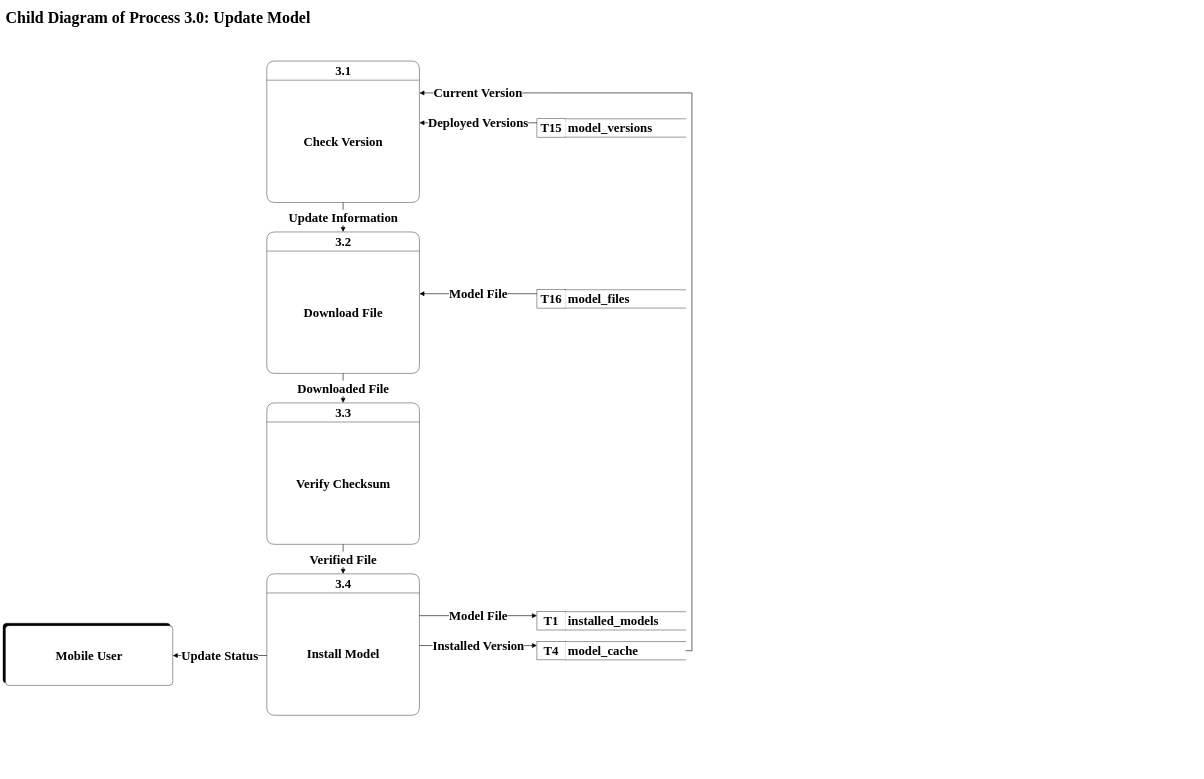
Above: page "3.0 Update Model" (6 of 12) of docs-internal/diagrams/dfd/dataflow.drawio in weimodein/sigla (draw.io), before the change. Source tidied: cells renumbered, new cells numbered last; positions are measured from the earlier drawing's top-left corner, leaving out a move shared by most shapes. Both pictures are drawn from the tidied source at 17%, with x=0, y=0 at pixel (3, 5).
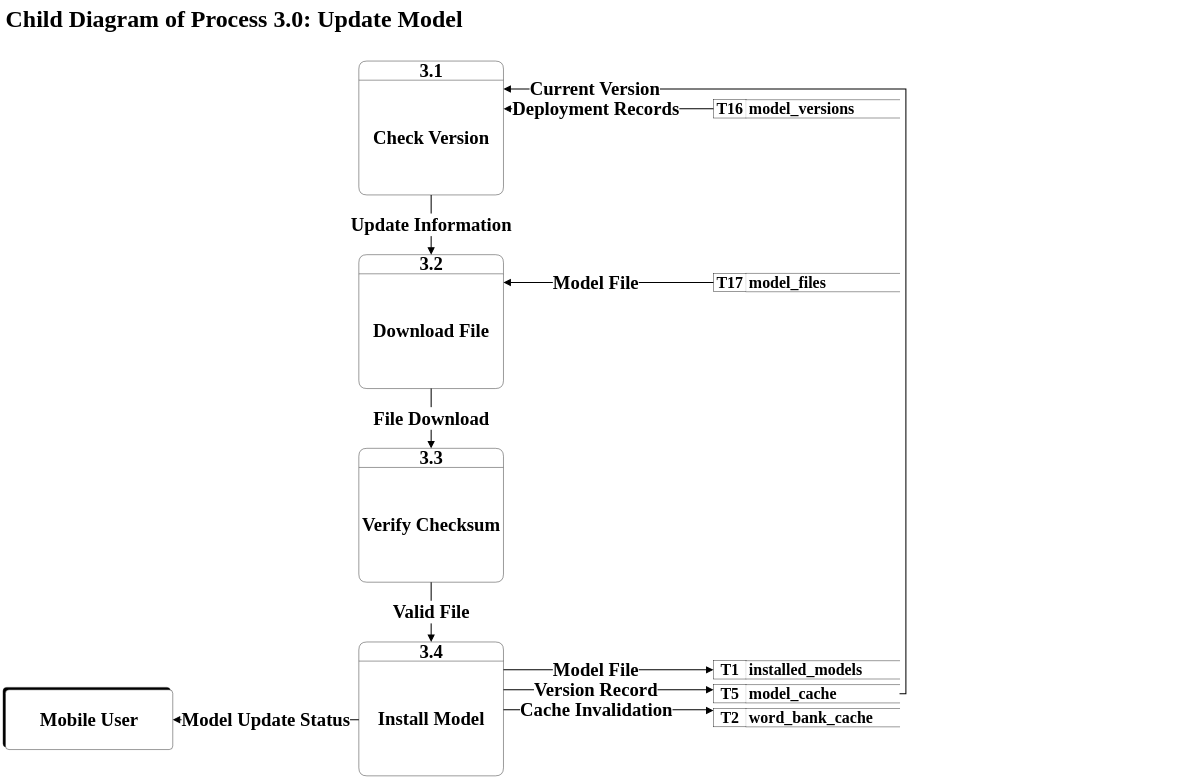
Above is the later version.

The edit, as a diff of the source:
```diff
@@
-    <mxCell id="2" value="Child Diagram of Process 3.0: Update Model" style="text;html=1;align=left;verticalAlign=middle;fontSize=93.75;fontStyle=1;fontFamily=Times New Roman;" parent="1" vertex="1">
-      <mxGeometry x="14.4" y="0.4" width="4687.5" height="140.6" as="geometry" />
+    <mxCell id="2" value="Child Diagram of Process 3.0: Update Model" style="text;html=1;align=left;verticalAlign=middle;fontSize=140.62;fontStyle=1;fontFamily=Times New Roman;" parent="1" vertex="1">
+      <mxGeometry x="14.4" y="-13.6" width="7031.2" height="187.5" as="geometry" />
     </mxCell>
-    <mxCell id="3" value="&lt;b&gt;3.1&lt;/b&gt;" style="swimlane;rounded=1;arcSize=14;startSize=112.50;html=1;fillColor=#ffffff;swimlaneFillColor=#ffffff;strokeColor=#000000;fontSize=75;fontFamily=Times New Roman;strokeWidth=2.34;" parent="1" vertex="1">
-      <mxGeometry x="1551.9" y="328.6" width="897.7" height="832" as="geometry" />
+    <mxCell id="3" value="&lt;b&gt;3.1&lt;/b&gt;" style="swimlane;rounded=1;arcSize=14;startSize=112.50;html=1;fillColor=#ffffff;swimlaneFillColor=#ffffff;strokeColor=#000000;fontSize=110.16;fontFamily=Times New Roman;strokeWidth=2.34;" parent="1" vertex="1">
+      <mxGeometry x="2093.3" y="328.6" width="850.8" height="787.5" as="geometry" />
     </mxCell>
-    <mxCell id="4" value="&lt;b&gt;Check Version&lt;/b&gt;" style="text;html=1;align=center;verticalAlign=middle;whiteSpace=wrap;fontSize=75;fontFamily=Times New Roman;" parent="3" vertex="1">
-      <mxGeometry y="112.5" width="897.7" height="719.5" as="geometry" />
+    <mxCell id="4" value="&lt;b&gt;Check Version&lt;/b&gt;" style="text;html=1;align=center;verticalAlign=middle;whiteSpace=wrap;fontSize=110.16;fontFamily=Times New Roman;" parent="3" vertex="1">
+      <mxGeometry y="112.5" width="850.8" height="675" as="geometry" />
     </mxCell>
-    <mxCell id="5" value="&lt;b&gt;3.2&lt;/b&gt;" style="swimlane;rounded=1;arcSize=14;startSize=112.50;html=1;fillColor=#ffffff;swimlaneFillColor=#ffffff;strokeColor=#000000;fontSize=75;fontFamily=Times New Roman;strokeWidth=2.34;" parent="1" vertex="1">
-      <mxGeometry x="1551.9" y="1334" width="897.7" height="832" as="geometry" />
+    <mxCell id="5" value="&lt;b&gt;3.2&lt;/b&gt;" style="swimlane;rounded=1;arcSize=14;startSize=112.50;html=1;fillColor=#ffffff;swimlaneFillColor=#ffffff;strokeColor=#000000;fontSize=110.16;fontFamily=Times New Roman;strokeWidth=2.34;" parent="1" vertex="1">
+      <mxGeometry x="2093.3" y="1467.6" width="850.8" height="787.5" as="geometry" />
     </mxCell>
-    <mxCell id="6" value="&lt;b&gt;Download File&lt;/b&gt;" style="text;html=1;align=center;verticalAlign=middle;whiteSpace=wrap;fontSize=75;fontFamily=Times New Roman;" parent="5" vertex="1">
-      <mxGeometry y="112.5" width="897.7" height="719.5" as="geometry" />
+    <mxCell id="6" value="&lt;b&gt;Download File&lt;/b&gt;" style="text;html=1;align=center;verticalAlign=middle;whiteSpace=wrap;fontSize=110.16;fontFamily=Times New Roman;" parent="5" vertex="1">
+      <mxGeometry y="112.5" width="850.8" height="675" as="geometry" />
     </mxCell>
-    <mxCell id="7" value="&lt;b&gt;3.3&lt;/b&gt;" style="swimlane;rounded=1;arcSize=14;startSize=112.50;html=1;fillColor=#ffffff;swimlaneFillColor=#ffffff;strokeColor=#000000;fontSize=75;fontFamily=Times New Roman;strokeWidth=2.34;" parent="1" vertex="1">
-      <mxGeometry x="1551.9" y="2339.5" width="897.7" height="832" as="geometry" />
+    <mxCell id="7" value="&lt;b&gt;3.3&lt;/b&gt;" style="swimlane;rounded=1;arcSize=14;startSize=112.50;html=1;fillColor=#ffffff;swimlaneFillColor=#ffffff;strokeColor=#000000;fontSize=110.16;fontFamily=Times New Roman;strokeWidth=2.34;" parent="1" vertex="1">
+      <mxGeometry x="2093.3" y="2606.7" width="850.8" height="787.5" as="geometry" />
     </mxCell>
-    <mxCell id="8" value="&lt;b&gt;Verify Checksum&lt;/b&gt;" style="text;html=1;align=center;verticalAlign=middle;whiteSpace=wrap;fontSize=75;fontFamily=Times New Roman;" parent="7" vertex="1">
-      <mxGeometry y="112.5" width="897.7" height="719.5" as="geometry" />
+    <mxCell id="8" value="&lt;b&gt;Verify Checksum&lt;/b&gt;" style="text;html=1;align=center;verticalAlign=middle;whiteSpace=wrap;fontSize=110.16;fontFamily=Times New Roman;" parent="7" vertex="1">
+      <mxGeometry y="112.5" width="850.8" height="675" as="geometry" />
     </mxCell>
-    <mxCell id="9" value="&lt;b&gt;3.4&lt;/b&gt;" style="swimlane;rounded=1;arcSize=14;startSize=112.50;html=1;fillColor=#ffffff;swimlaneFillColor=#ffffff;strokeColor=#000000;fontSize=75;fontFamily=Times New Roman;strokeWidth=2.34;" parent="1" vertex="1">
-      <mxGeometry x="1551.9" y="3345" width="897.7" height="832" as="geometry" />
+    <mxCell id="9" value="&lt;b&gt;3.4&lt;/b&gt;" style="swimlane;rounded=1;arcSize=14;startSize=112.50;html=1;fillColor=#ffffff;swimlaneFillColor=#ffffff;strokeColor=#000000;fontSize=110.16;fontFamily=Times New Roman;strokeWidth=2.34;" parent="1" vertex="1">
+      <mxGeometry x="2093.3" y="3745.8" width="850.8" height="787.5" as="geometry" />
     </mxCell>
-    <mxCell id="10" value="&lt;b&gt;Install Model&lt;/b&gt;" style="text;html=1;align=center;verticalAlign=middle;whiteSpace=wrap;fontSize=75;fontFamily=Times New Roman;" parent="9" vertex="1">
-      <mxGeometry y="112.5" width="897.7" height="719.5" as="geometry" />
+    <mxCell id="10" value="&lt;b&gt;Install Model&lt;/b&gt;" style="text;html=1;align=center;verticalAlign=middle;whiteSpace=wrap;fontSize=110.16;fontFamily=Times New Roman;" parent="9" vertex="1">
+      <mxGeometry y="112.5" width="850.8" height="675" as="geometry" />
     </mxCell>
-    <mxCell id="11" value="&lt;b&gt;T15&lt;/b&gt;" style="rounded=0;html=1;fillColor=#ffffff;strokeColor=#000000;fontSize=75;fontFamily=Times New Roman;strokeWidth=2.34;" parent="1" vertex="1">
-      <mxGeometry x="3141" y="668.4" width="166.4" height="107.8" as="geometry" />
+    <mxCell id="11" value="&lt;b&gt;T16&lt;/b&gt;" style="rounded=0;html=1;fillColor=#ffffff;strokeColor=#000000;fontSize=93.75;fontFamily=Times New Roman;strokeWidth=2.34;" parent="1" vertex="1">
+      <mxGeometry x="4179.3" y="555.9" width="192.2" height="107.8" as="geometry" />
     </mxCell>
-    <mxCell id="12" value="&lt;b&gt;model_versions&lt;/b&gt;" style="shape=partialRectangle;html=1;whiteSpace=wrap;top=1;bottom=1;left=0;right=0;fillColor=#ffffff;strokeColor=#000000;align=left;spacingLeft=14.06;fontSize=75;fontFamily=Times New Roman;strokeWidth=2.34;" parent="1" vertex="1">
-      <mxGeometry x="3307.4" y="668.4" width="707.8" height="107.8" as="geometry" />
+    <mxCell id="12" value="&lt;b&gt;model_versions&lt;/b&gt;" style="shape=partialRectangle;html=1;whiteSpace=wrap;top=1;bottom=1;left=0;right=0;fillColor=#ffffff;strokeColor=#000000;align=left;spacingLeft=14.06;fontSize=93.75;fontFamily=Times New Roman;strokeWidth=2.34;" parent="1" vertex="1">
+      <mxGeometry x="4371.5" y="555.9" width="902.3" height="107.8" as="geometry" />
     </mxCell>
-    <mxCell id="13" value="&lt;b&gt;T16&lt;/b&gt;" style="rounded=0;html=1;fillColor=#ffffff;strokeColor=#000000;fontSize=75;fontFamily=Times New Roman;strokeWidth=2.34;" parent="1" vertex="1">
-      <mxGeometry x="3141" y="1673.9" width="166.4" height="107.8" as="geometry" />
+    <mxCell id="13" value="&lt;b&gt;T17&lt;/b&gt;" style="rounded=0;html=1;fillColor=#ffffff;strokeColor=#000000;fontSize=93.75;fontFamily=Times New Roman;strokeWidth=2.34;" parent="1" vertex="1">
+      <mxGeometry x="4179.3" y="1577.8" width="192.2" height="107.8" as="geometry" />
     </mxCell>
-    <mxCell id="14" value="&lt;b&gt;model_files&lt;/b&gt;" style="shape=partialRectangle;html=1;whiteSpace=wrap;top=1;bottom=1;left=0;right=0;fillColor=#ffffff;strokeColor=#000000;align=left;spacingLeft=14.06;fontSize=75;fontFamily=Times New Roman;strokeWidth=2.34;" parent="1" vertex="1">
-      <mxGeometry x="3307.4" y="1673.9" width="707.8" height="107.8" as="geometry" />
+    <mxCell id="14" value="&lt;b&gt;model_files&lt;/b&gt;" style="shape=partialRectangle;html=1;whiteSpace=wrap;top=1;bottom=1;left=0;right=0;fillColor=#ffffff;strokeColor=#000000;align=left;spacingLeft=14.06;fontSize=93.75;fontFamily=Times New Roman;strokeWidth=2.34;" parent="1" vertex="1">
+      <mxGeometry x="4371.5" y="1577.8" width="902.3" height="107.8" as="geometry" />
     </mxCell>
-    <mxCell id="15" value="&lt;b&gt;T1&lt;/b&gt;" style="rounded=0;html=1;fillColor=#ffffff;strokeColor=#000000;fontSize=75;fontFamily=Times New Roman;strokeWidth=2.34;" parent="1" vertex="1">
-      <mxGeometry x="3141" y="3567.6" width="166.4" height="107.8" as="geometry" />
+    <mxCell id="15" value="&lt;b&gt;T1&lt;/b&gt;" style="rounded=0;html=1;fillColor=#ffffff;strokeColor=#000000;fontSize=93.75;fontFamily=Times New Roman;strokeWidth=2.34;" parent="1" vertex="1">
+      <mxGeometry x="4179.3" y="3855.9" width="192.2" height="107.8" as="geometry" />
     </mxCell>
-    <mxCell id="16" value="&lt;b&gt;installed_models&lt;/b&gt;" style="shape=partialRectangle;html=1;whiteSpace=wrap;top=1;bottom=1;left=0;right=0;fillColor=#ffffff;strokeColor=#000000;align=left;spacingLeft=14.06;fontSize=75;fontFamily=Times New Roman;strokeWidth=2.34;" parent="1" vertex="1">
-      <mxGeometry x="3307.4" y="3567.6" width="707.8" height="107.8" as="geometry" />
+    <mxCell id="16" value="&lt;b&gt;installed_models&lt;/b&gt;" style="shape=partialRectangle;html=1;whiteSpace=wrap;top=1;bottom=1;left=0;right=0;fillColor=#ffffff;strokeColor=#000000;align=left;spacingLeft=14.06;fontSize=93.75;fontFamily=Times New Roman;strokeWidth=2.34;" parent="1" vertex="1">
+      <mxGeometry x="4371.5" y="3855.9" width="902.3" height="107.8" as="geometry" />
     </mxCell>
-    <mxCell id="17" value="&lt;b&gt;T4&lt;/b&gt;" style="rounded=0;html=1;fillColor=#ffffff;strokeColor=#000000;fontSize=75;fontFamily=Times New Roman;strokeWidth=2.34;" parent="1" vertex="1">
-      <mxGeometry x="3141" y="3743.4" width="166.4" height="107.8" as="geometry" />
+    <mxCell id="17" value="&lt;b&gt;T5&lt;/b&gt;" style="rounded=0;html=1;fillColor=#ffffff;strokeColor=#000000;fontSize=93.75;fontFamily=Times New Roman;strokeWidth=2.34;" parent="1" vertex="1">
+      <mxGeometry x="4179.3" y="3996.5" width="192.2" height="107.8" as="geometry" />
     </mxCell>
-    <mxCell id="18" value="&lt;b&gt;model_cache&lt;/b&gt;" style="shape=partialRectangle;html=1;whiteSpace=wrap;top=1;bottom=1;left=0;right=0;fillColor=#ffffff;strokeColor=#000000;align=left;spacingLeft=14.06;fontSize=75;fontFamily=Times New Roman;strokeWidth=2.34;" parent="1" vertex="1">
-      <mxGeometry x="3307.4" y="3743.4" width="707.8" height="107.8" as="geometry" />
+    <mxCell id="18" value="&lt;b&gt;model_cache&lt;/b&gt;" style="shape=partialRectangle;html=1;whiteSpace=wrap;top=1;bottom=1;left=0;right=0;fillColor=#ffffff;strokeColor=#000000;align=left;spacingLeft=14.06;fontSize=93.75;fontFamily=Times New Roman;strokeWidth=2.34;" parent="1" vertex="1">
+      <mxGeometry x="4371.5" y="3996.5" width="902.3" height="107.8" as="geometry" />
     </mxCell>
+    <mxCell id="30" value="&lt;b&gt;T2&lt;/b&gt;" style="rounded=0;html=1;fillColor=#ffffff;strokeColor=#000000;fontSize=93.75;fontFamily=Times New Roman;strokeWidth=2.34;" parent="1" vertex="1">
+      <mxGeometry x="4179.3" y="4137.2" width="192.2" height="107.8" as="geometry" />
+    </mxCell>
+    <mxCell id="31" value="&lt;b&gt;word_bank_cache&lt;/b&gt;" style="shape=partialRectangle;html=1;whiteSpace=wrap;top=1;bottom=1;left=0;right=0;fillColor=#ffffff;strokeColor=#000000;align=left;spacingLeft=14.06;fontSize=93.75;fontFamily=Times New Roman;strokeWidth=2.34;" parent="1" vertex="1">
+      <mxGeometry x="4371.5" y="4137.2" width="902.3" height="107.8" as="geometry" />
+    </mxCell>
     <mxCell id="19" style="rounded=1;arcSize=6;fillColor=#000000;strokeColor=#000000;strokeWidth=2.34;" parent="1" vertex="1">
-      <mxGeometry x="0.4" y="3635.6" width="984.4" height="351.6" as="geometry" />
+      <mxGeometry x="0.4" y="4012.9" width="984.4" height="351.6" as="geometry" />
     </mxCell>
-    <mxCell id="20" value="&lt;b&gt;Mobile User&lt;/b&gt;" style="rounded=1;arcSize=6;whiteSpace=wrap;html=1;fillColor=#ffffff;strokeColor=#000000;fontSize=75;fontFamily=Times New Roman;strokeWidth=2.34;" parent="1" vertex="1">
-      <mxGeometry x="14.4" y="3649.7" width="984.4" height="351.6" as="geometry" />
+    <mxCell id="20" value="&lt;b&gt;Mobile User&lt;/b&gt;" style="rounded=1;arcSize=6;whiteSpace=wrap;html=1;fillColor=#ffffff;strokeColor=#000000;fontSize=110.16;fontFamily=Times New Roman;strokeWidth=2.34;" parent="1" vertex="1">
+      <mxGeometry x="14.4" y="4027" width="984.4" height="351.6" as="geometry" />
     </mxCell>
-    <mxCell id="21" value="Update Status" style="html=1;rounded=0;endArrow=block;endFill=1;endSize=20;jumpStyle=arc;jumpSize=18;strokeColor=#000000;fontSize=75;fontStyle=1;fontColor=#000000;labelBackgroundColor=#ffffff;fontFamily=Times New Roman;exitX=0;exitY=0.5774647887323944;exitDx=0;exitDy=0;entryX=1;entryY=0.5;entryDx=0;entryDy=0;strokeWidth=3.5;" parent="1" edge="1" source="9" target="20">
+    <mxCell id="21" value="Model Update Status" style="html=1;rounded=0;endArrow=block;endFill=1;endSize=28;jumpStyle=arc;jumpSize=14;strokeColor=#000000;fontSize=110.16;fontStyle=1;fontColor=#000000;labelBackgroundColor=#ffffff;fontFamily=Times New Roman;exitX=0;exitY=0.5803571428571429;exitDx=0;exitDy=0;entryX=1;entryY=0.5;entryDx=0;entryDy=0;strokeWidth=6;" parent="1" edge="1" source="9" target="20">
       <mxGeometry relative="1" as="geometry" />
     </mxCell>
-    <mxCell id="22" value="Deployed Versions" style="html=1;rounded=0;endArrow=block;endFill=1;endSize=20;jumpStyle=arc;jumpSize=18;strokeColor=#000000;fontSize=75;fontStyle=1;fontColor=#000000;labelBackgroundColor=#ffffff;fontFamily=Times New Roman;exitX=0;exitY=0.21739130434782608;exitDx=0;exitDy=0;entryX=1;entryY=0.43661971830985913;entryDx=0;entryDy=0;strokeWidth=3.5;" parent="1" edge="1" source="11" target="3">
-      <mxGeometry relative="1" as="geometry" />
+    <mxCell id="22" value="Deployment Records" style="html=1;rounded=0;endArrow=block;endFill=1;endSize=28;jumpStyle=arc;jumpSize=14;strokeColor=#000000;fontSize=110.16;fontStyle=1;fontColor=#000000;labelBackgroundColor=#ffffff;fontFamily=Times New Roman;exitX=0;exitY=0.5;exitDx=0;exitDy=0;entryX=1;entryY=0.35714285714285715;entryDx=0;entryDy=0;strokeWidth=6;" parent="1" edge="1" source="11" target="3">
+      <mxGeometry x="0.12" relative="1" as="geometry" />
     </mxCell>
-    <mxCell id="23" value="Model File" style="html=1;rounded=0;endArrow=block;endFill=1;endSize=20;jumpStyle=arc;jumpSize=18;strokeColor=#000000;fontSize=75;fontStyle=1;fontColor=#000000;labelBackgroundColor=#ffffff;fontFamily=Times New Roman;exitX=0;exitY=0.21739130434782608;exitDx=0;exitDy=0;entryX=1;entryY=0.43661971830985913;entryDx=0;entryDy=0;strokeWidth=3.5;" parent="1" edge="1" source="13" target="5">
-      <mxGeometry relative="1" as="geometry" />
+    <mxCell id="23" value="Model File" style="html=1;rounded=0;endArrow=block;endFill=1;endSize=28;jumpStyle=arc;jumpSize=14;strokeColor=#000000;fontSize=110.16;fontStyle=1;fontColor=#000000;labelBackgroundColor=#ffffff;fontFamily=Times New Roman;exitX=0;exitY=0.5;exitDx=0;exitDy=0;entryX=1;entryY=0.20833333333333334;entryDx=0;entryDy=0;strokeWidth=6;" parent="1" edge="1" source="13" target="5">
+      <mxGeometry x="0.12" relative="1" as="geometry" />
     </mxCell>
-    <mxCell id="24" value="Model File" style="html=1;rounded=0;endArrow=block;endFill=1;endSize=20;jumpStyle=arc;jumpSize=18;strokeColor=#000000;fontSize=75;fontStyle=1;fontColor=#000000;labelBackgroundColor=#ffffff;fontFamily=Times New Roman;exitX=1;exitY=0.29577464788732394;exitDx=0;exitDy=0;entryX=0;entryY=0.21739130434782608;entryDx=0;entryDy=0;strokeWidth=3.5;" parent="1" edge="1" source="9" target="15">
-      <mxGeometry relative="1" as="geometry" />
+    <mxCell id="24" value="Model File" style="html=1;rounded=0;endArrow=block;endFill=1;endSize=28;jumpStyle=arc;jumpSize=14;strokeColor=#000000;fontSize=110.16;fontStyle=1;fontColor=#000000;labelBackgroundColor=#ffffff;fontFamily=Times New Roman;exitX=1;exitY=0.20833333333333334;exitDx=0;exitDy=0;entryX=0;entryY=0.5;entryDx=0;entryDy=0;strokeWidth=6;" parent="1" edge="1" source="9" target="15">
+      <mxGeometry x="-0.12" relative="1" as="geometry" />
     </mxCell>
-    <mxCell id="25" value="Installed Version" style="html=1;rounded=0;endArrow=block;endFill=1;endSize=20;jumpStyle=arc;jumpSize=18;strokeColor=#000000;fontSize=75;fontStyle=1;fontColor=#000000;labelBackgroundColor=#ffffff;fontFamily=Times New Roman;exitX=1;exitY=0.5070422535211268;exitDx=0;exitDy=0;entryX=0;entryY=0.21739130434782608;entryDx=0;entryDy=0;strokeWidth=3.5;" parent="1" edge="1" source="9" target="17">
-      <mxGeometry relative="1" as="geometry" />
+    <mxCell id="25" value="Version Record" style="html=1;rounded=0;endArrow=block;endFill=1;endSize=28;jumpStyle=arc;jumpSize=14;strokeColor=#000000;fontSize=110.16;fontStyle=1;fontColor=#000000;labelBackgroundColor=#ffffff;fontFamily=Times New Roman;exitX=1;exitY=0.35714285714285715;exitDx=0;exitDy=0;entryX=0;entryY=0.2826086956521739;entryDx=0;entryDy=0;strokeWidth=6;" parent="1" edge="1" source="9" target="17">
+      <mxGeometry x="-0.12" relative="1" as="geometry" />
     </mxCell>
-    <mxCell id="26" value="Current Version" style="html=1;rounded=0;endArrow=block;endFill=1;endSize=20;jumpStyle=arc;jumpSize=18;strokeColor=#000000;fontSize=75;fontStyle=1;fontColor=#000000;labelBackgroundColor=#ffffff;fontFamily=Times New Roman;exitX=1;exitY=0.5;exitDx=0;exitDy=0;entryX=1;entryY=0.22535211267605634;entryDx=0;entryDy=0;strokeWidth=3.5;" parent="1" edge="1" source="18" target="3">
-      <mxGeometry x="0.86" relative="1" as="geometry">
+    <mxCell id="26" value="Cache Invalidation" style="html=1;rounded=0;endArrow=block;endFill=1;endSize=28;jumpStyle=arc;jumpSize=14;strokeColor=#000000;fontSize=110.16;fontStyle=1;fontColor=#000000;labelBackgroundColor=#ffffff;fontFamily=Times New Roman;exitX=1;exitY=0.5059523809523809;exitDx=0;exitDy=0;entryX=0;entryY=0.10869565217391304;entryDx=0;entryDy=0;strokeWidth=6;" parent="1" edge="1" source="9" target="30">
+      <mxGeometry x="-0.12" relative="1" as="geometry">
         <Array as="points">
-          <mxPoint x="4052.7" y="3797.3" />
-          <mxPoint x="4052.7" y="516.1" />
+          <mxPoint x="4146.5" y="4144.2" />
+          <mxPoint x="4146.5" y="4148.9" />
         </Array>
       </mxGeometry>
     </mxCell>
-    <mxCell id="27" value="Update Information" style="html=1;rounded=0;endArrow=block;endFill=1;endSize=20;jumpStyle=arc;jumpSize=18;strokeColor=#000000;fontSize=75;fontStyle=1;fontColor=#000000;labelBackgroundColor=#ffffff;fontFamily=Times New Roman;exitX=0.5;exitY=1;exitDx=0;exitDy=0;entryX=0.5;entryY=0;entryDx=0;entryDy=0;strokeWidth=3.5;" parent="1" edge="1" source="3" target="5">
-      <mxGeometry relative="1" as="geometry" />
+    <mxCell id="27" value="Current Version" style="html=1;rounded=0;endArrow=block;endFill=1;endSize=28;jumpStyle=arc;jumpSize=14;strokeColor=#000000;fontSize=110.16;fontStyle=1;fontColor=#000000;labelBackgroundColor=#ffffff;fontFamily=Times New Roman;exitX=1;exitY=0.5;exitDx=0;exitDy=0;entryX=1;entryY=0.20833333333333334;entryDx=0;entryDy=0;strokeWidth=6;" parent="1" edge="1" source="18" target="3">
+      <mxGeometry x="0.82" relative="1" as="geometry">
+        <Array as="points">
+          <mxPoint x="5311.3" y="4050.4" />
+          <mxPoint x="5311.3" y="492.6" />
+        </Array>
+      </mxGeometry>
     </mxCell>
-    <mxCell id="28" value="Downloaded File" style="html=1;rounded=0;endArrow=block;endFill=1;endSize=20;jumpStyle=arc;jumpSize=18;strokeColor=#000000;fontSize=75;fontStyle=1;fontColor=#000000;labelBackgroundColor=#ffffff;fontFamily=Times New Roman;exitX=0.5;exitY=1;exitDx=0;exitDy=0;entryX=0.5;entryY=0;entryDx=0;entryDy=0;strokeWidth=3.5;" parent="1" edge="1" source="5" target="7">
+    <mxCell id="28" value="Update Information" style="html=1;rounded=0;endArrow=block;endFill=1;endSize=28;jumpStyle=arc;jumpSize=14;strokeColor=#000000;fontSize=110.16;fontStyle=1;fontColor=#000000;labelBackgroundColor=#ffffff;fontFamily=Times New Roman;exitX=0.5;exitY=1;exitDx=0;exitDy=0;entryX=0.5;entryY=0;entryDx=0;entryDy=0;strokeWidth=6;" parent="1" edge="1" source="3" target="5">
       <mxGeometry relative="1" as="geometry" />
     </mxCell>
-    <mxCell id="29" value="Verified File" style="html=1;rounded=0;endArrow=block;endFill=1;endSize=20;jumpStyle=arc;jumpSize=18;strokeColor=#000000;fontSize=75;fontStyle=1;fontColor=#000000;labelBackgroundColor=#ffffff;fontFamily=Times New Roman;exitX=0.5;exitY=1;exitDx=0;exitDy=0;entryX=0.5;entryY=0;entryDx=0;entryDy=0;strokeWidth=3.5;" parent="1" edge="1" source="7" target="9">
+    <mxCell id="29" value="File Download" style="html=1;rounded=0;endArrow=block;endFill=1;endSize=28;jumpStyle=arc;jumpSize=14;strokeColor=#000000;fontSize=110.16;fontStyle=1;fontColor=#000000;labelBackgroundColor=#ffffff;fontFamily=Times New Roman;exitX=0.5;exitY=1;exitDx=0;exitDy=0;entryX=0.5;entryY=0;entryDx=0;entryDy=0;strokeWidth=6;" parent="1" edge="1" source="5" target="7">
       <mxGeometry relative="1" as="geometry" />
     </mxCell>
+    <mxCell id="32" value="Valid File" style="html=1;rounded=0;endArrow=block;endFill=1;endSize=28;jumpStyle=arc;jumpSize=14;strokeColor=#000000;fontSize=110.16;fontStyle=1;fontColor=#000000;labelBackgroundColor=#ffffff;fontFamily=Times New Roman;exitX=0.5;exitY=1;exitDx=0;exitDy=0;entryX=0.5;entryY=0;entryDx=0;entryDy=0;strokeWidth=6;" parent="1" edge="1" source="7" target="9">
+      <mxGeometry relative="1" as="geometry" />
+    </mxCell>
```
